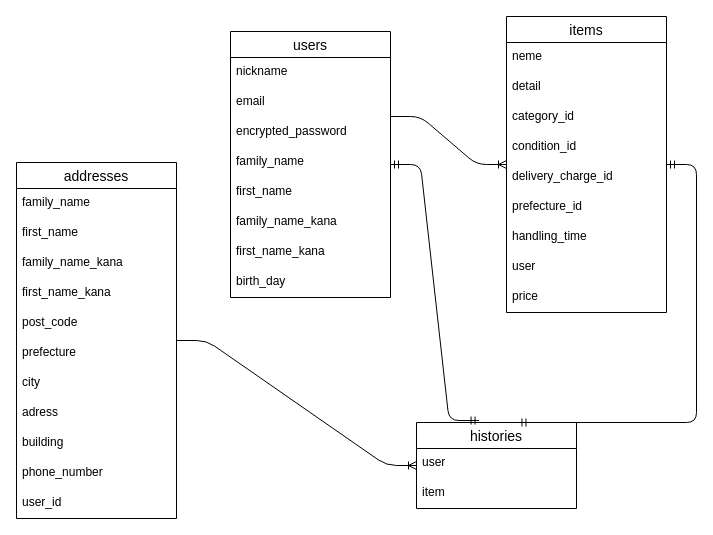
Earlier version of the draw.io diagram ER.dio (miyo0000/furima-38917). Source tidied: cells renumbered, new cells numbered last; positions are measured from the earlier drawing's top-left corner, leaving out a move shared by most shapes. Both pictures are drawn from the tidied source at 100%, with x=0, y=0 at pixel (16, 16).
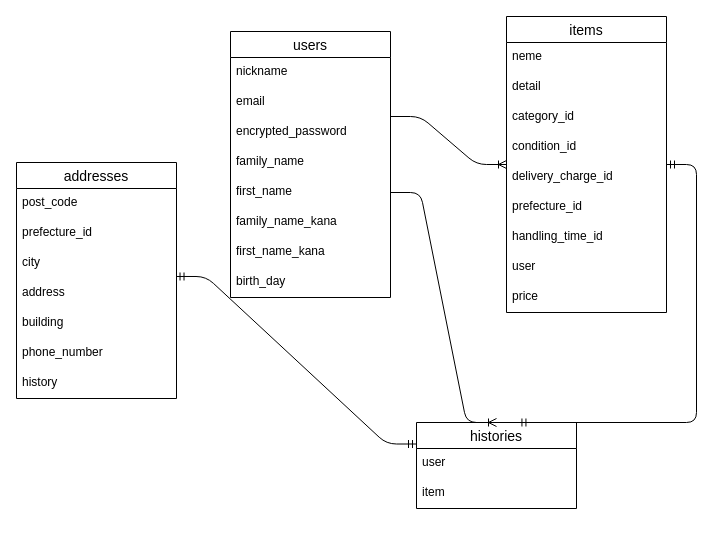
The same page after the edit.

Unchanged cells that the change refers to:
```xml
<mxCell id="2" value="users" style="swimlane;fontStyle=0;horizontal=1;startSize=26;align=center;fontSize=14;" parent="1" vertex="1">
  <mxGeometry x="214" y="15" width="160" height="266" as="geometry" />
</mxCell>
<mxCell id="7" value="first_name" style="text;strokeColor=none;fillColor=none;spacingLeft=4;spacingRight=4;overflow=hidden;points=[[0,0.5],[1,0.5]];portConstraint=eastwest;fontSize=12;" parent="2" vertex="1">
  <mxGeometry y="146" width="160" height="30" as="geometry" />
</mxCell>
<mxCell id="11" value="items" style="swimlane;fontStyle=0;horizontal=1;startSize=26;align=center;fontSize=14;" parent="1" vertex="1">
  <mxGeometry x="490" width="160" height="296" as="geometry" />
</mxCell>
<mxCell id="21" value="histories" style="swimlane;fontStyle=0;horizontal=1;startSize=26;align=center;fontSize=14;" parent="1" vertex="1">
  <mxGeometry x="400" y="406" width="160" height="86" as="geometry" />
</mxCell>
```

The edit, as a diff of the source:
```diff
@@
-    <mxCell id="18" value="handling_time" style="text;strokeColor=none;fillColor=none;spacingLeft=4;spacingRight=4;overflow=hidden;fontSize=12;" parent="11" vertex="1">
+    <mxCell id="18" value="handling_time_id" style="text;strokeColor=none;fillColor=none;spacingLeft=4;spacingRight=4;overflow=hidden;fontSize=12;" parent="11" vertex="1">
       <mxGeometry y="206" width="160" height="30" as="geometry" />
     </mxCell>
@@
-    <mxCell id="24" style="edgeStyle=entityRelationEdgeStyle;fontSize=12;html=1;endArrow=ERoneToMany;startArrow=none;" parent="1" edge="1" source="26" target="21">
-      <mxGeometry relative="1" as="geometry" />
-    </mxCell>
@@
     <mxCell id="26" value="addresses" style="swimlane;fontStyle=0;horizontal=1;startSize=26;align=center;fontSize=14;" parent="1" vertex="1">
-      <mxGeometry y="146" width="160" height="356" as="geometry" />
+      <mxGeometry y="146" width="160" height="236" as="geometry" />
     </mxCell>
-    <mxCell id="27" value="family_name" style="text;strokeColor=none;fillColor=none;spacingLeft=4;spacingRight=4;overflow=hidden;fontSize=12;" parent="26" vertex="1">
-      <mxGeometry y="26" width="160" height="30" as="geometry" />
-    </mxCell>
-    <mxCell id="28" value="first_name" style="text;strokeColor=none;fillColor=none;spacingLeft=4;spacingRight=4;overflow=hidden;fontSize=12;" parent="26" vertex="1">
-      <mxGeometry y="56" width="160" height="30" as="geometry" />
-    </mxCell>
-    <mxCell id="29" value="family_name_kana" style="text;strokeColor=none;fillColor=none;spacingLeft=4;spacingRight=4;overflow=hidden;fontSize=12;" parent="26" vertex="1">
-      <mxGeometry y="86" width="160" height="30" as="geometry" />
-    </mxCell>
-    <mxCell id="30" value="first_name_kana" style="text;strokeColor=none;fillColor=none;spacingLeft=4;spacingRight=4;overflow=hidden;fontSize=12;" parent="26" vertex="1">
-      <mxGeometry y="116" width="160" height="30" as="geometry" />
-    </mxCell>
     <mxCell id="31" value="post_code" style="text;strokeColor=none;fillColor=none;spacingLeft=4;spacingRight=4;overflow=hidden;fontSize=12;" parent="26" vertex="1">
-      <mxGeometry y="146" width="160" height="30" as="geometry" />
+      <mxGeometry y="26" width="160" height="30" as="geometry" />
     </mxCell>
-    <mxCell id="32" value="prefecture" style="text;strokeColor=none;fillColor=none;spacingLeft=4;spacingRight=4;overflow=hidden;fontSize=12;" parent="26" vertex="1">
-      <mxGeometry y="176" width="160" height="30" as="geometry" />
+    <mxCell id="32" value="prefecture_id" style="text;strokeColor=none;fillColor=none;spacingLeft=4;spacingRight=4;overflow=hidden;fontSize=12;" parent="26" vertex="1">
+      <mxGeometry y="56" width="160" height="30" as="geometry" />
     </mxCell>
     <mxCell id="33" value="city" style="text;strokeColor=none;fillColor=none;spacingLeft=4;spacingRight=4;overflow=hidden;fontSize=12;" parent="26" vertex="1">
-      <mxGeometry y="206" width="160" height="30" as="geometry" />
+      <mxGeometry y="86" width="160" height="30" as="geometry" />
     </mxCell>
-    <mxCell id="34" value="adress" style="text;strokeColor=none;fillColor=none;spacingLeft=4;spacingRight=4;overflow=hidden;points=[[0,0.5],[1,0.5]];portConstraint=eastwest;fontSize=12;" parent="26" vertex="1">
-      <mxGeometry y="236" width="160" height="30" as="geometry" />
+    <mxCell id="34" value="address" style="text;strokeColor=none;fillColor=none;spacingLeft=4;spacingRight=4;overflow=hidden;points=[[0,0.5],[1,0.5]];portConstraint=eastwest;fontSize=12;" parent="26" vertex="1">
+      <mxGeometry y="116" width="160" height="30" as="geometry" />
     </mxCell>
     <mxCell id="35" value="building" style="text;strokeColor=none;fillColor=none;spacingLeft=4;spacingRight=4;overflow=hidden;fontSize=12;" parent="26" vertex="1">
-      <mxGeometry y="266" width="160" height="30" as="geometry" />
+      <mxGeometry y="146" width="160" height="30" as="geometry" />
     </mxCell>
     <mxCell id="36" value="phone_number" style="text;strokeColor=none;fillColor=none;spacingLeft=4;spacingRight=4;overflow=hidden;fontSize=12;" parent="26" vertex="1">
-      <mxGeometry y="296" width="160" height="30" as="geometry" />
+      <mxGeometry y="176" width="160" height="30" as="geometry" />
     </mxCell>
-    <mxCell id="37" value="user_id" style="text;strokeColor=none;fillColor=none;spacingLeft=4;spacingRight=4;overflow=hidden;fontSize=12;" parent="26" vertex="1">
-      <mxGeometry y="326" width="160" height="30" as="geometry" />
+    <mxCell id="37" value="history" style="text;strokeColor=none;fillColor=none;spacingLeft=4;spacingRight=4;overflow=hidden;fontSize=12;" parent="26" vertex="1">
+      <mxGeometry y="206" width="160" height="30" as="geometry" />
     </mxCell>
-    <mxCell id="38" style="edgeStyle=entityRelationEdgeStyle;fontSize=12;html=1;endArrow=ERmandOne;startArrow=ERmandOne;entryX=0.391;entryY=-0.023;entryDx=0;entryDy=0;entryPerimeter=0;" parent="1" edge="1" source="2" target="21">
-      <mxGeometry relative="1" as="geometry" />
-    </mxCell>
@@
+    <mxCell id="40" style="edgeStyle=entityRelationEdgeStyle;fontSize=12;html=1;endArrow=ERoneToMany;exitX=1;exitY=0.5;exitDx=0;exitDy=0;entryX=0.5;entryY=0;entryDx=0;entryDy=0;" parent="1" edge="1" source="7" target="21">
+      <mxGeometry relative="1" as="geometry" />
+    </mxCell>
+    <mxCell id="41" style="edgeStyle=entityRelationEdgeStyle;fontSize=12;html=1;endArrow=ERmandOne;startArrow=ERmandOne;entryX=0;entryY=0.25;entryDx=0;entryDy=0;exitX=0.997;exitY=-0.067;exitDx=0;exitDy=0;exitPerimeter=0;" parent="1" edge="1" source="34" target="21">
+      <mxGeometry relative="1" as="geometry" />
+    </mxCell>
```
